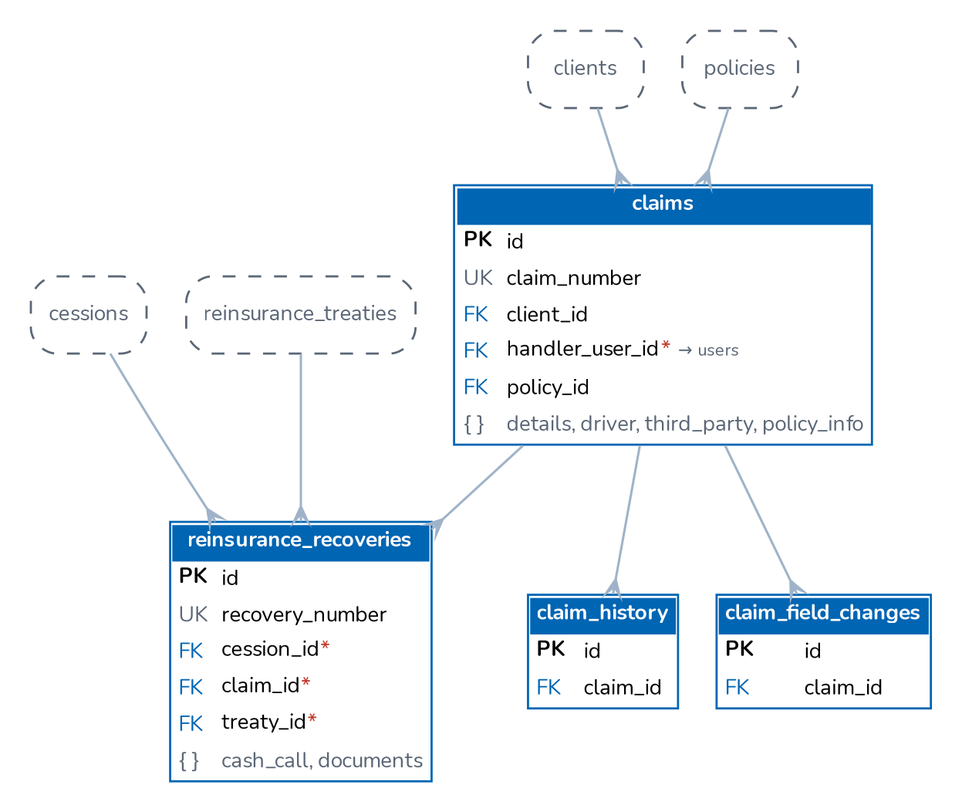
The Graphviz diagram docs/architecture/diagrams/er_claims.png in IortaTexhNXT-DEV/BDOI-OOTB, before a commit. Its source is kept beside it as docs/architecture/diagrams/er_claims.dot. Its diagram source:
```dot
digraph ER {
  graph [rankdir=TB, splines=true, nodesep=0.25, ranksep=0.5, fontname="Nunito", bgcolor="white", pad=0.2, pack=true, packmode="array_u3"];
  node [shape=plain, fontname="Nunito", fontsize=10];
  edge [color="#9FB3C8", arrowhead=crow, arrowtail=none, dir=both, arrowsize=0.7, penwidth=1.1];
  "claims" [label=<<table border="1" cellborder="0" cellspacing="0" cellpadding="3" color="#0065B3"><tr><td colspan="2" bgcolor="#0065B3"><font color="white"><b>claims</b></font></td></tr><tr><td align="left" balign="left"><b>PK</b></td><td align="left">id</td></tr><tr><td align="left"><font color="#5B6776">UK</font></td><td align="left">claim_number</td></tr><tr><td align="left"><font color="#0065B3">FK</font></td><td align="left">client_id</td></tr><tr><td align="left"><font color="#0065B3">FK</font></td><td align="left">handler_user_id<font color="#C0392B">*</font> <font color="#5B6776" point-size="8">&#8594; users</font></td></tr><tr><td align="left"><font color="#0065B3">FK</font></td><td align="left">policy_id</td></tr><tr><td align="left"><font color="#5B6776">{ }</font></td><td align="left"><font color="#5B6776">details, driver, third_party, policy_info</font></td></tr></table>>];
  "claim_history" [label=<<table border="1" cellborder="0" cellspacing="0" cellpadding="3" color="#0065B3"><tr><td colspan="2" bgcolor="#0065B3"><font color="white"><b>claim_history</b></font></td></tr><tr><td align="left" balign="left"><b>PK</b></td><td align="left">id</td></tr><tr><td align="left"><font color="#0065B3">FK</font></td><td align="left">claim_id</td></tr></table>>];
  "claim_field_changes" [label=<<table border="1" cellborder="0" cellspacing="0" cellpadding="3" color="#0065B3"><tr><td colspan="2" bgcolor="#0065B3"><font color="white"><b>claim_field_changes</b></font></td></tr><tr><td align="left" balign="left"><b>PK</b></td><td align="left">id</td></tr><tr><td align="left"><font color="#0065B3">FK</font></td><td align="left">claim_id</td></tr></table>>];
  "reinsurance_recoveries" [label=<<table border="1" cellborder="0" cellspacing="0" cellpadding="3" color="#0065B3"><tr><td colspan="2" bgcolor="#0065B3"><font color="white"><b>reinsurance_recoveries</b></font></td></tr><tr><td align="left" balign="left"><b>PK</b></td><td align="left">id</td></tr><tr><td align="left"><font color="#5B6776">UK</font></td><td align="left">recovery_number</td></tr><tr><td align="left"><font color="#0065B3">FK</font></td><td align="left">cession_id<font color="#C0392B">*</font></td></tr><tr><td align="left"><font color="#0065B3">FK</font></td><td align="left">claim_id<font color="#C0392B">*</font></td></tr><tr><td align="left"><font color="#0065B3">FK</font></td><td align="left">treaty_id<font color="#C0392B">*</font></td></tr><tr><td align="left"><font color="#5B6776">{ }</font></td><td align="left"><font color="#5B6776">cash_call, documents</font></td></tr></table>>];
  "cessions" [shape=box, style="rounded,dashed", color="#5B6776", fontcolor="#5B6776", label="cessions"];
  "clients" [shape=box, style="rounded,dashed", color="#5B6776", fontcolor="#5B6776", label="clients"];
  "policies" [shape=box, style="rounded,dashed", color="#5B6776", fontcolor="#5B6776", label="policies"];
  "reinsurance_treaties" [shape=box, style="rounded,dashed", color="#5B6776", fontcolor="#5B6776", label="reinsurance_treaties"];
  "cessions" -> "reinsurance_recoveries";
  "claims" -> "claim_field_changes";
  "claims" -> "claim_history";
  "claims" -> "reinsurance_recoveries";
  "clients" -> "claims";
  "policies" -> "claims";
  "reinsurance_treaties" -> "reinsurance_recoveries";
}
```
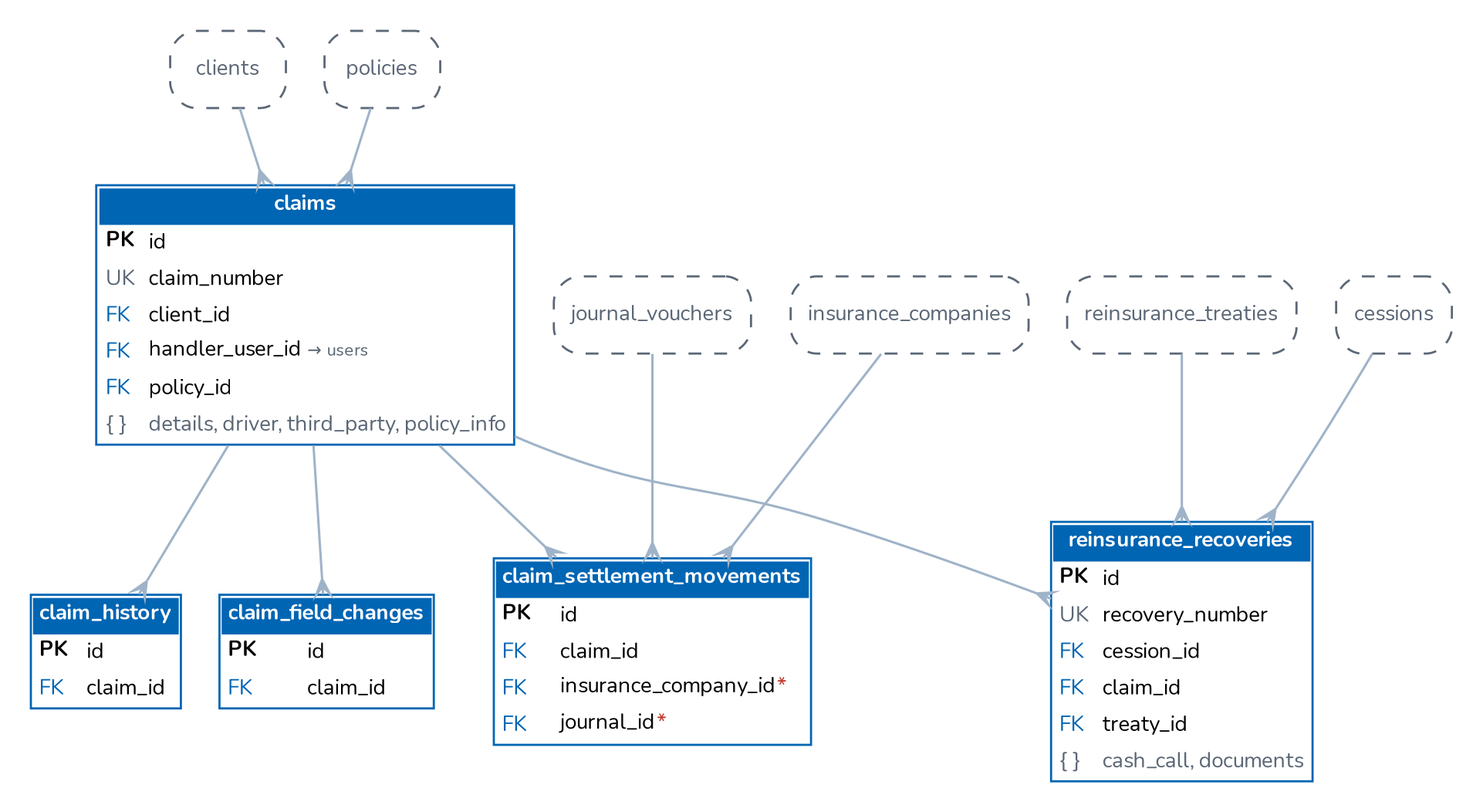
Above is the later version.

What changed in the source:
```diff
@@ -2,19 +2,25 @@
   graph [rankdir=TB, splines=true, nodesep=0.25, ranksep=0.5, fontname="Nunito", bgcolor="white", pad=0.2, pack=true, packmode="array_u3"];
   node [shape=plain, fontname="Nunito", fontsize=10];
   edge [color="#9FB3C8", arrowhead=crow, arrowtail=none, dir=both, arrowsize=0.7, penwidth=1.1];
-  "claims" [label=<<table border="1" cellborder="0" cellspacing="0" cellpadding="3" color="#0065B3"><tr><td colspan="2" bgcolor="#0065B3"><font color="white"><b>claims</b></font></td></tr><tr><td align="left" balign="left"><b>PK</b></td><td align="left">id</td></tr><tr><td align="left"><font color="#5B6776">UK</font></td><td align="left">claim_number</td></tr><tr><td align="left"><font color="#0065B3">FK</font></td><td align="left">client_id</td></tr><tr><td align="left"><font color="#0065B3">FK</font></td><td align="left">handler_user_id<font color="#C0392B">*</font> <font color="#5B6776" point-size="8">&#8594; users</font></td></tr><tr><td align="left"><font color="#0065B3">FK</font></td><td align="left">policy_id</td></tr><tr><td align="left"><font color="#5B6776">{ }</font></td><td align="left"><font color="#5B6776">details, driver, third_party, policy_info</font></td></tr></table>>];
+  "claims" [label=<<table border="1" cellborder="0" cellspacing="0" cellpadding="3" color="#0065B3"><tr><td colspan="2" bgcolor="#0065B3"><font color="white"><b>claims</b></font></td></tr><tr><td align="left" balign="left"><b>PK</b></td><td align="left">id</td></tr><tr><td align="left"><font color="#5B6776">UK</font></td><td align="left">claim_number</td></tr><tr><td align="left"><font color="#0065B3">FK</font></td><td align="left">client_id</td></tr><tr><td align="left"><font color="#0065B3">FK</font></td><td align="left">handler_user_id <font color="#5B6776" point-size="8">&#8594; users</font></td></tr><tr><td align="left"><font color="#0065B3">FK</font></td><td align="left">policy_id</td></tr><tr><td align="left"><font color="#5B6776">{ }</font></td><td align="left"><font color="#5B6776">details, driver, third_party, policy_info</font></td></tr></table>>];
   "claim_history" [label=<<table border="1" cellborder="0" cellspacing="0" cellpadding="3" color="#0065B3"><tr><td colspan="2" bgcolor="#0065B3"><font color="white"><b>claim_history</b></font></td></tr><tr><td align="left" balign="left"><b>PK</b></td><td align="left">id</td></tr><tr><td align="left"><font color="#0065B3">FK</font></td><td align="left">claim_id</td></tr></table>>];
   "claim_field_changes" [label=<<table border="1" cellborder="0" cellspacing="0" cellpadding="3" color="#0065B3"><tr><td colspan="2" bgcolor="#0065B3"><font color="white"><b>claim_field_changes</b></font></td></tr><tr><td align="left" balign="left"><b>PK</b></td><td align="left">id</td></tr><tr><td align="left"><font color="#0065B3">FK</font></td><td align="left">claim_id</td></tr></table>>];
-  "reinsurance_recoveries" [label=<<table border="1" cellborder="0" cellspacing="0" cellpadding="3" color="#0065B3"><tr><td colspan="2" bgcolor="#0065B3"><font color="white"><b>reinsurance_recoveries</b></font></td></tr><tr><td align="left" balign="left"><b>PK</b></td><td align="left">id</td></tr><tr><td align="left"><font color="#5B6776">UK</font></td><td align="left">recovery_number</td></tr><tr><td align="left"><font color="#0065B3">FK</font></td><td align="left">cession_id<font color="#C0392B">*</font></td></tr><tr><td align="left"><font color="#0065B3">FK</font></td><td align="left">claim_id<font color="#C0392B">*</font></td></tr><tr><td align="left"><font color="#0065B3">FK</font></td><td align="left">treaty_id<font color="#C0392B">*</font></td></tr><tr><td align="left"><font color="#5B6776">{ }</font></td><td align="left"><font color="#5B6776">cash_call, documents</font></td></tr></table>>];
+  "claim_settlement_movements" [label=<<table border="1" cellborder="0" cellspacing="0" cellpadding="3" color="#0065B3"><tr><td colspan="2" bgcolor="#0065B3"><font color="white"><b>claim_settlement_movements</b></font></td></tr><tr><td align="left" balign="left"><b>PK</b></td><td align="left">id</td></tr><tr><td align="left"><font color="#0065B3">FK</font></td><td align="left">claim_id</td></tr><tr><td align="left"><font color="#0065B3">FK</font></td><td align="left">insurance_company_id<font color="#C0392B">*</font></td></tr><tr><td align="left"><font color="#0065B3">FK</font></td><td align="left">journal_id<font color="#C0392B">*</font></td></tr></table>>];
+  "reinsurance_recoveries" [label=<<table border="1" cellborder="0" cellspacing="0" cellpadding="3" color="#0065B3"><tr><td colspan="2" bgcolor="#0065B3"><font color="white"><b>reinsurance_recoveries</b></font></td></tr><tr><td align="left" balign="left"><b>PK</b></td><td align="left">id</td></tr><tr><td align="left"><font color="#5B6776">UK</font></td><td align="left">recovery_number</td></tr><tr><td align="left"><font color="#0065B3">FK</font></td><td align="left">cession_id</td></tr><tr><td align="left"><font color="#0065B3">FK</font></td><td align="left">claim_id</td></tr><tr><td align="left"><font color="#0065B3">FK</font></td><td align="left">treaty_id</td></tr><tr><td align="left"><font color="#5B6776">{ }</font></td><td align="left"><font color="#5B6776">cash_call, documents</font></td></tr></table>>];
   "cessions" [shape=box, style="rounded,dashed", color="#5B6776", fontcolor="#5B6776", label="cessions"];
   "clients" [shape=box, style="rounded,dashed", color="#5B6776", fontcolor="#5B6776", label="clients"];
+  "insurance_companies" [shape=box, style="rounded,dashed", color="#5B6776", fontcolor="#5B6776", label="insurance_companies"];
+  "journal_vouchers" [shape=box, style="rounded,dashed", color="#5B6776", fontcolor="#5B6776", label="journal_vouchers"];
   "policies" [shape=box, style="rounded,dashed", color="#5B6776", fontcolor="#5B6776", label="policies"];
   "reinsurance_treaties" [shape=box, style="rounded,dashed", color="#5B6776", fontcolor="#5B6776", label="reinsurance_treaties"];
   "cessions" -> "reinsurance_recoveries";
   "claims" -> "claim_field_changes";
   "claims" -> "claim_history";
+  "claims" -> "claim_settlement_movements";
   "claims" -> "reinsurance_recoveries";
   "clients" -> "claims";
+  "insurance_companies" -> "claim_settlement_movements";
+  "journal_vouchers" -> "claim_settlement_movements";
   "policies" -> "claims";
   "reinsurance_treaties" -> "reinsurance_recoveries";
 }
```
